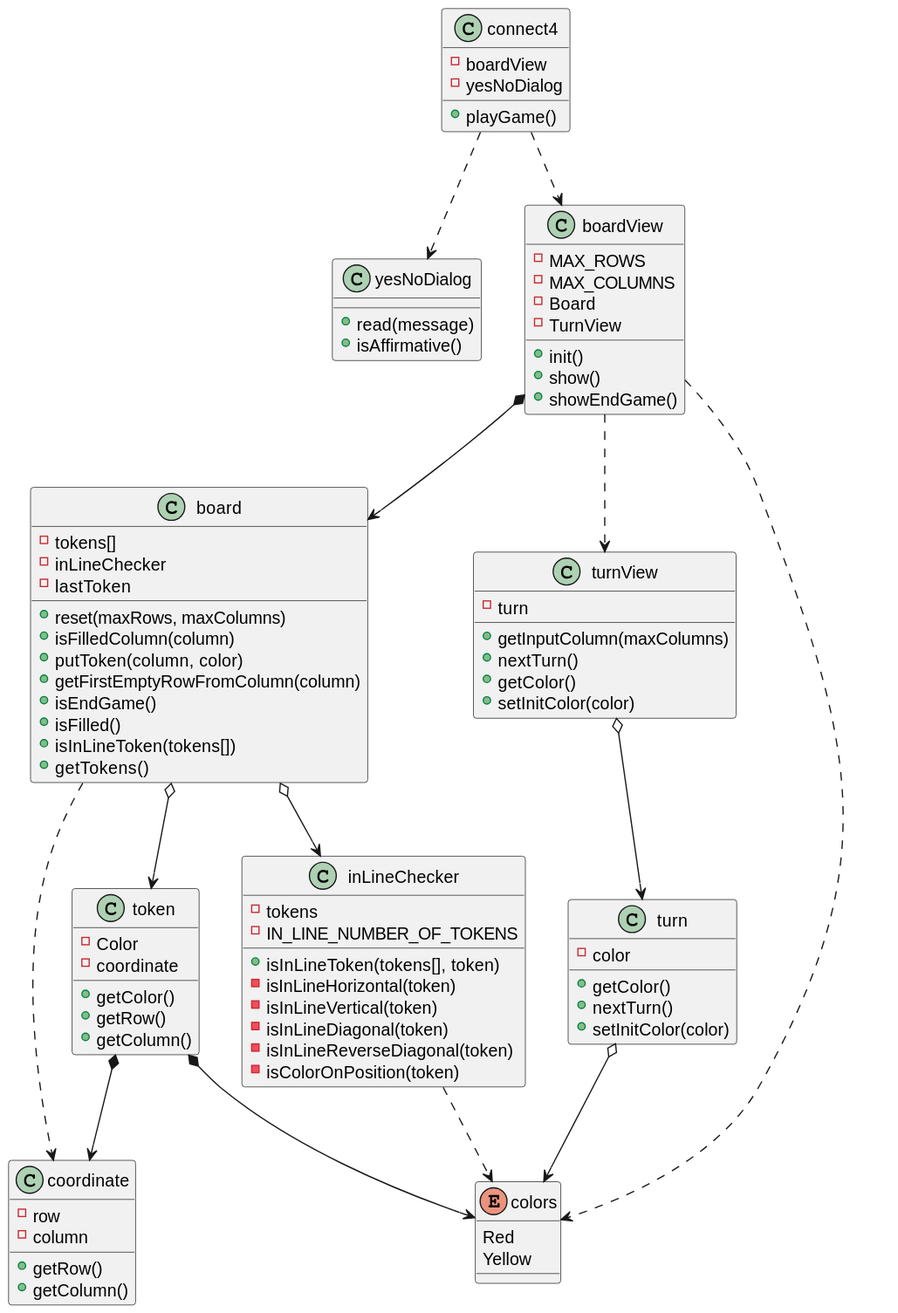
The PlantUML diagram out/UML/softwareModel/softwareModel.svg in jumpering/connect4, before a commit.
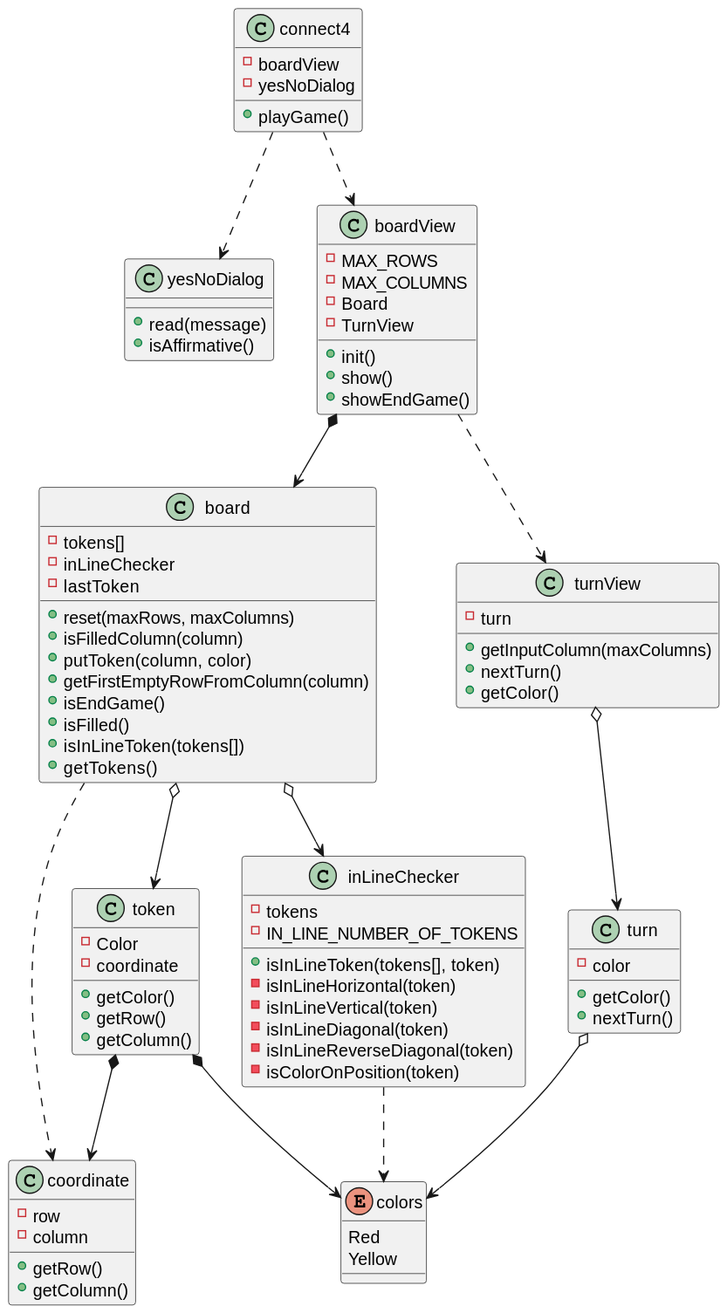
After the change.

Commit message:
remove setInitColor and refactor UML

What changed in the source:
```diff
@@ -62,14 +62,12 @@
     + getInputColumn(maxColumns)
     + nextTurn()
     + getColor()
-    + setInitColor(color)
 }
 
 class turn{
     - color
     + getColor()
     + nextTurn()
-    + setInitColor(color)
 }
 
 enum colors{
@@ -81,7 +79,6 @@
 connect4 ..> yesNoDialog
 boardView *--> board
 boardView ..> turnView
-boardView ..> colors
 turnView o--> turn
 board o--> token
 board o--> inLineChecker
```
